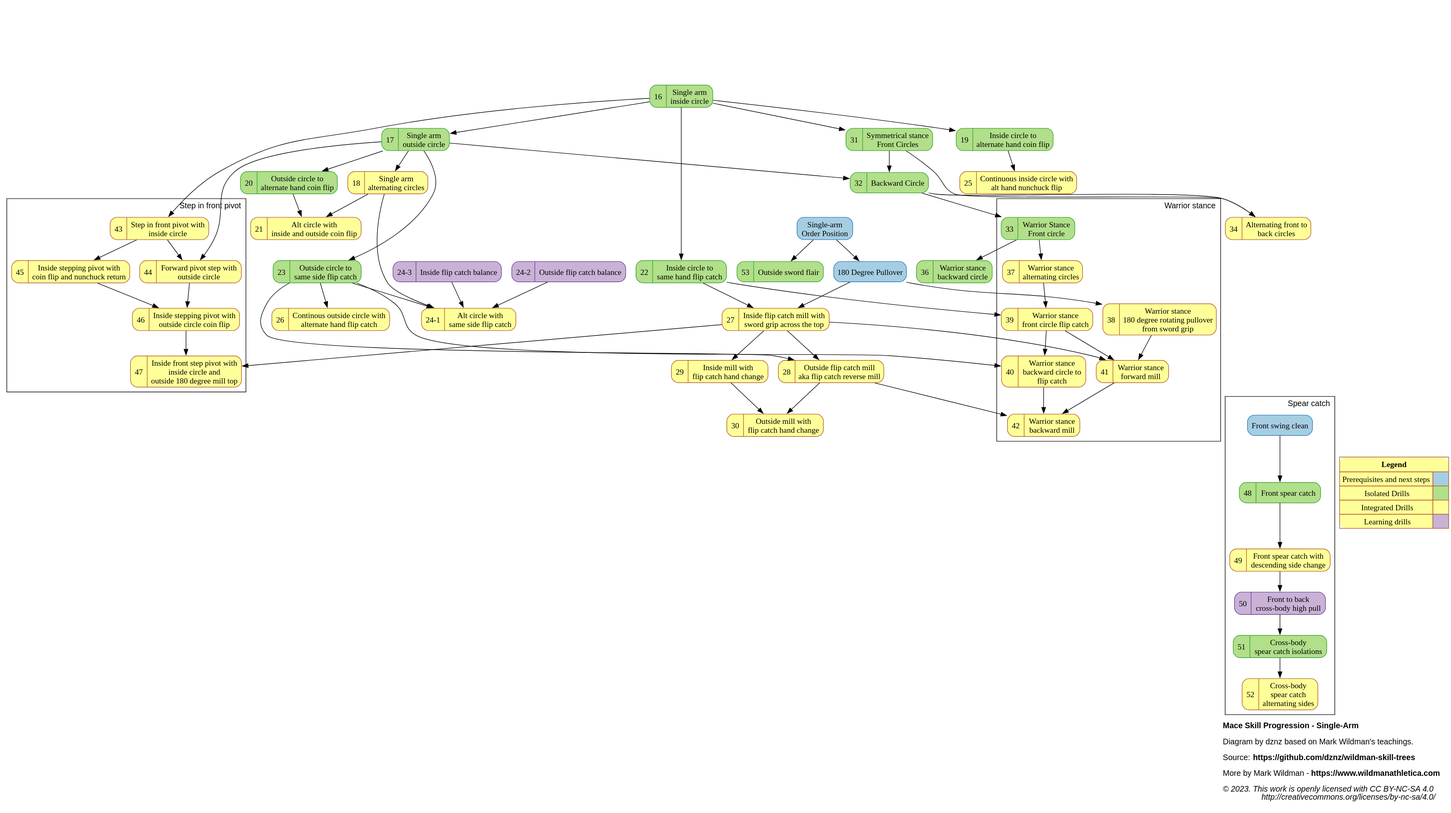
Above: dist/mace_progression_sa.svg in dznz/wildman-skill-trees (PlantUML), before the change. Its source is kept beside it as src/mace/mace_progression_sa.puml.
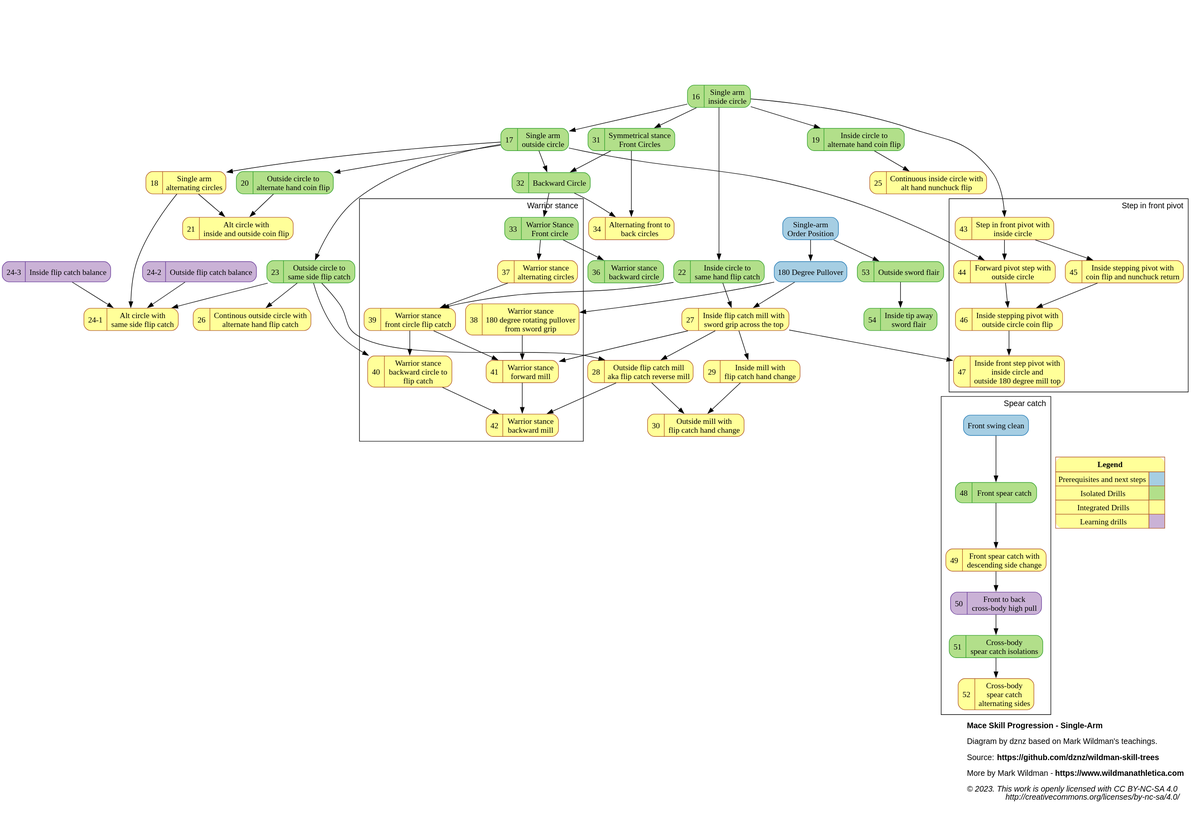
After the commit.

Commit message:
feat(mace_progression): add M-54

Change to the diagram source:
```diff
@@ -35,7 +35,7 @@
 
   subgraph isolated {
     node [color=4, fillcolor=3]
-    mov_16_saincircle, mov_17_saoutcircle, mov_19_incircle2altcoin, mov_20_outcircle2altcoin, mov_22_incircle2sameflip, mov_23_outcircle2sameflip, mov_242_outflip, mov_243_inflip, mov_31_frcircle, mov_32_bkcircle, mov_33_warfrcircle, mov_36_warbkcircle, mov_48_frspear, mov_51_xbodspear, mov_53_outswordflair
+    mov_16_saincircle, mov_17_saoutcircle, mov_19_incircle2altcoin, mov_20_outcircle2altcoin, mov_22_incircle2sameflip, mov_23_outcircle2sameflip, mov_242_outflip, mov_243_inflip, mov_31_frcircle, mov_32_bkcircle, mov_33_warfrcircle, mov_36_warbkcircle, mov_48_frspear, mov_51_xbodspear, mov_53_outswordflair, mov_54_inswordflair
   }
 
 mov_16_saincircle             [label="{{16  |Single arm\ninside circle}}"                     URL="https://www.youtube.com/watch?v=MSt1cYAiLzI" ]
@@ -82,10 +82,11 @@
 mov_52_altxbodspear            [label="{{52  |Cross-body\nspear catch\nalternating sides}}"                                   URL="https://www.youtube.com/watch?v=-Z8YfWYfepQ" ];
 mov_53_outswordflair           [label="{{53  |Outside sword flair}}"                                                          URL="https://www.youtube.com/watch?v=HxItsGvz-e4" ];
 
+mov_54_inswordflair            [label="{{54  |Inside tip away\nsword flair}}" URL="https://www.youtube.com/watch?v=8I7KaLuNaEs" ];
 
     // Precursor
     ext_180pull -> mov_27_inflip180pull
-    ext_saorder -> mov_53_outswordflair
+    ext_saorder -> mov_53_outswordflair -> mov_54_inswordflair
 
     // Core standing movements
     subgraph custer_symmetric {
```
